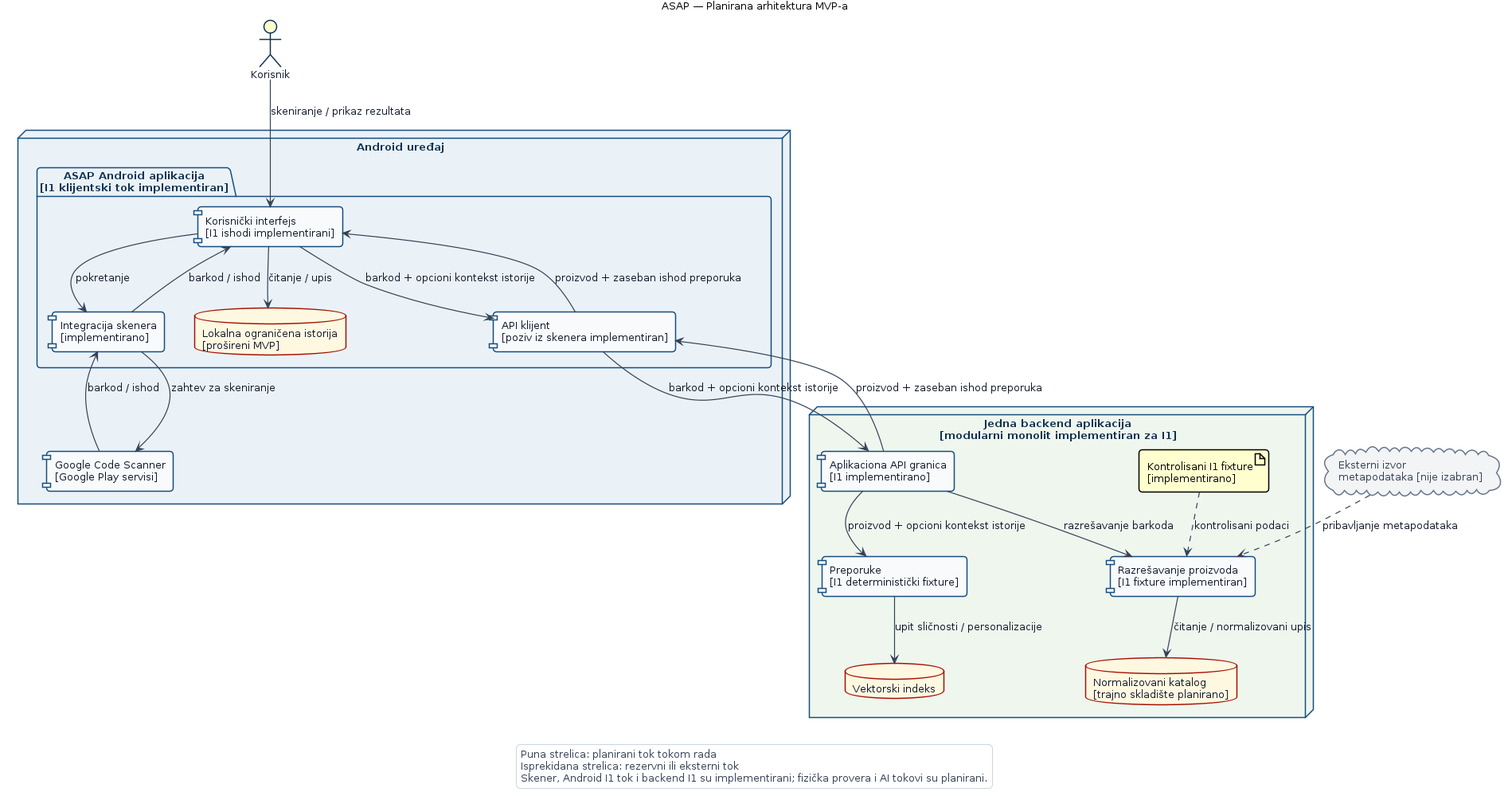
This is docs/diagrams/rendered/sr/component-architecture.png from mikelandjelos/asap-app, a PlantUML export, as it was before one commit. Its source is kept beside it as docs/diagrams/component-architecture.puml.
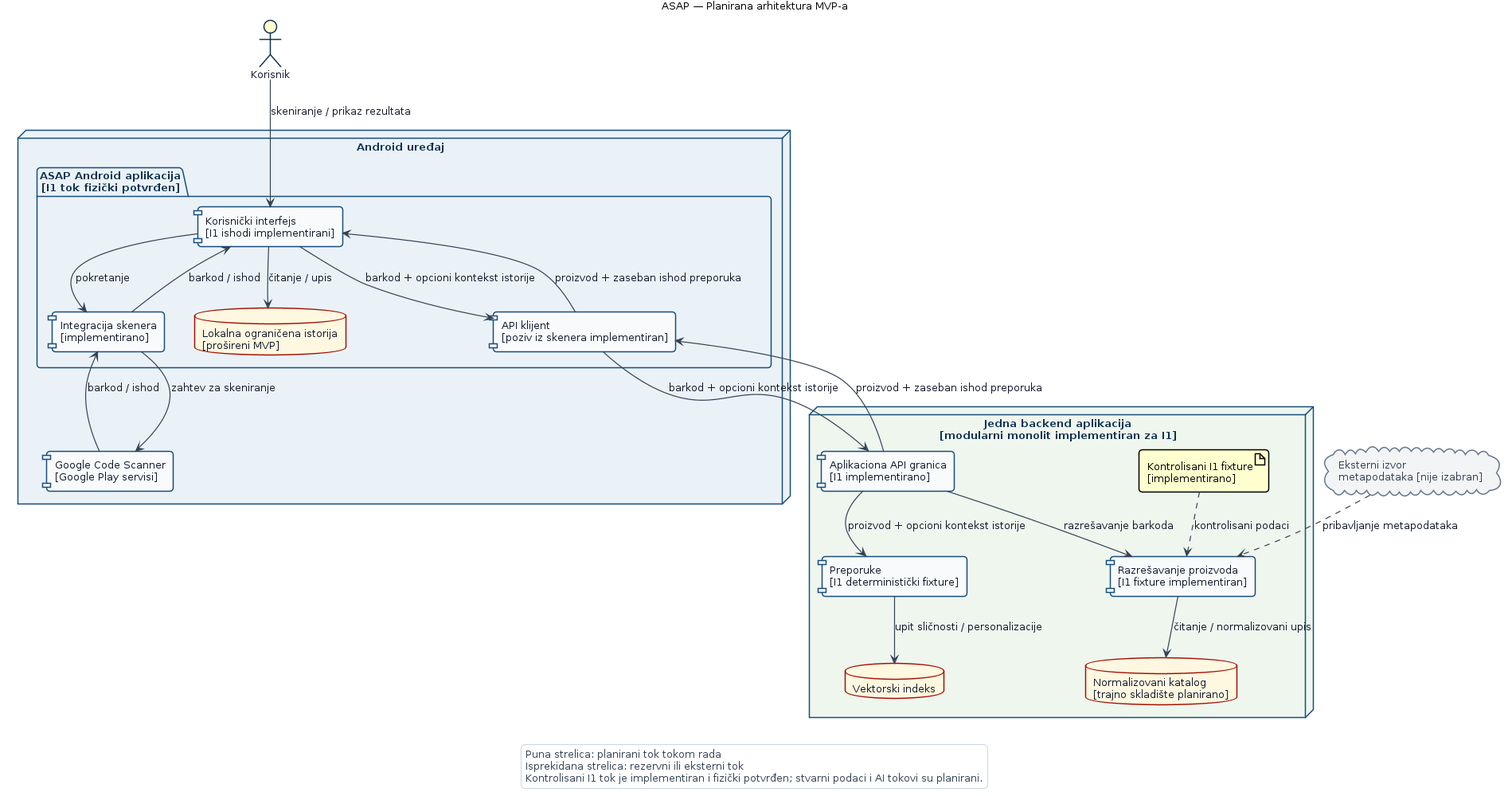
Above is the later version.

Diff of the diagram source:
```diff
@@ -5,7 +5,7 @@
   !define DIAGRAM_TITLE ASAP — Planirana arhitektura MVP-a
   !define USER_LABEL Korisnik
   !define DEVICE_LABEL Android uređaj
-  !define APP_LABEL ASAP Android aplikacija\n[I1 klijentski tok implementiran]
+  !define APP_LABEL ASAP Android aplikacija\n[I1 tok fizički potvrđen]
   !define UI_LABEL Korisnički interfejs\n[I1 ishodi implementirani]
   !define SCAN_ADAPTER_LABEL Integracija skenera\n[implementirano]
   !define API_CLIENT_LABEL API klijent\n[poziv iz skenera implementiran]
@@ -34,12 +34,12 @@
   !define FLOW_RESPONSE proizvod + zaseban ishod preporuka
   !define LEGEND_1 Puna strelica: planirani tok tokom rada
   !define LEGEND_2 Isprekidana strelica: rezervni ili eksterni tok
-  !define LEGEND_3 Skener, Android I1 tok i backend I1 su implementirani; fizička provera i AI tokovi su planirani.
+  !define LEGEND_3 Kontrolisani I1 tok je implementiran i fizički potvrđen; stvarni podaci i AI tokovi su planirani.
 !else
   !define DIAGRAM_TITLE ASAP — Proposed MVP architecture
   !define USER_LABEL User
   !define DEVICE_LABEL Android device
-  !define APP_LABEL ASAP Android app\n[I1 client flow implemented]
+  !define APP_LABEL ASAP Android app\n[I1 flow physically validated]
   !define UI_LABEL User interface\n[I1 outcomes implemented]
   !define SCAN_ADAPTER_LABEL Scanner integration\n[implemented]
   !define API_CLIENT_LABEL API client\n[scanner invocation implemented]
@@ -68,7 +68,7 @@
   !define FLOW_RESPONSE product + separate recommendation outcome
   !define LEGEND_1 Solid arrow: planned runtime information flow
   !define LEGEND_2 Dashed arrow: fallback or external flow
-  !define LEGEND_3 Scanner, Android I1 flow, and backend I1 are implemented; physical validation and AI flows are planned.
+  !define LEGEND_3 The controlled I1 flow is implemented and physically validated; live data and AI flows are planned.
 !endif
 
 title DIAGRAM_TITLE
```
